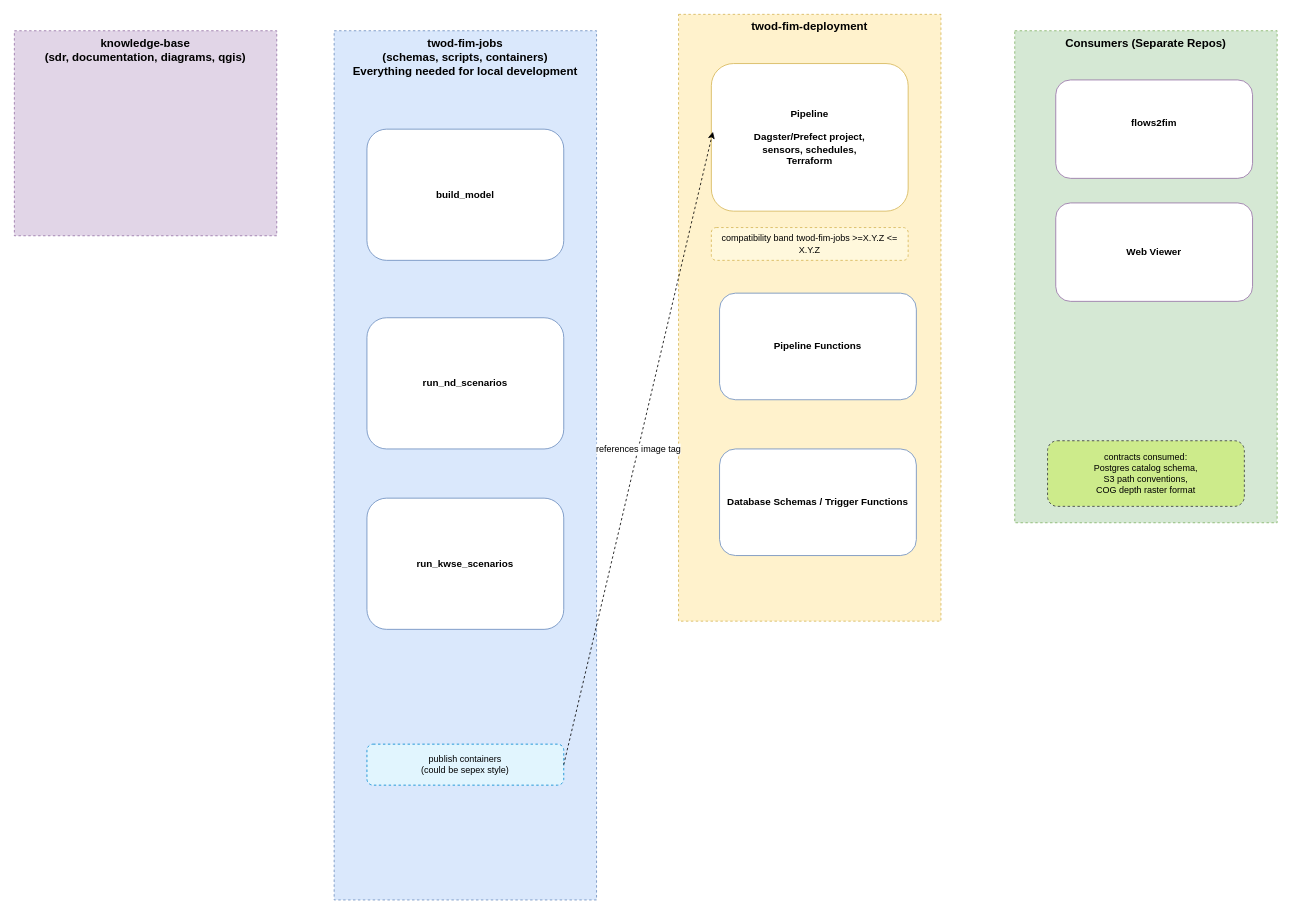
NOAA-OWP/twod-fim-knowledge-base keeps this draw.io diagram as page "repos-and-ownership" (2 of 3) of system-design/diagrams.drawio. Above is the earlier version. Source tidied: cells renumbered, new cells numbered last; positions are measured from the earlier drawing's top-left corner, leaving out a move shared by most shapes. Both pictures are drawn from the tidied source at 82%, with x=0, y=0 at pixel (14, 14).
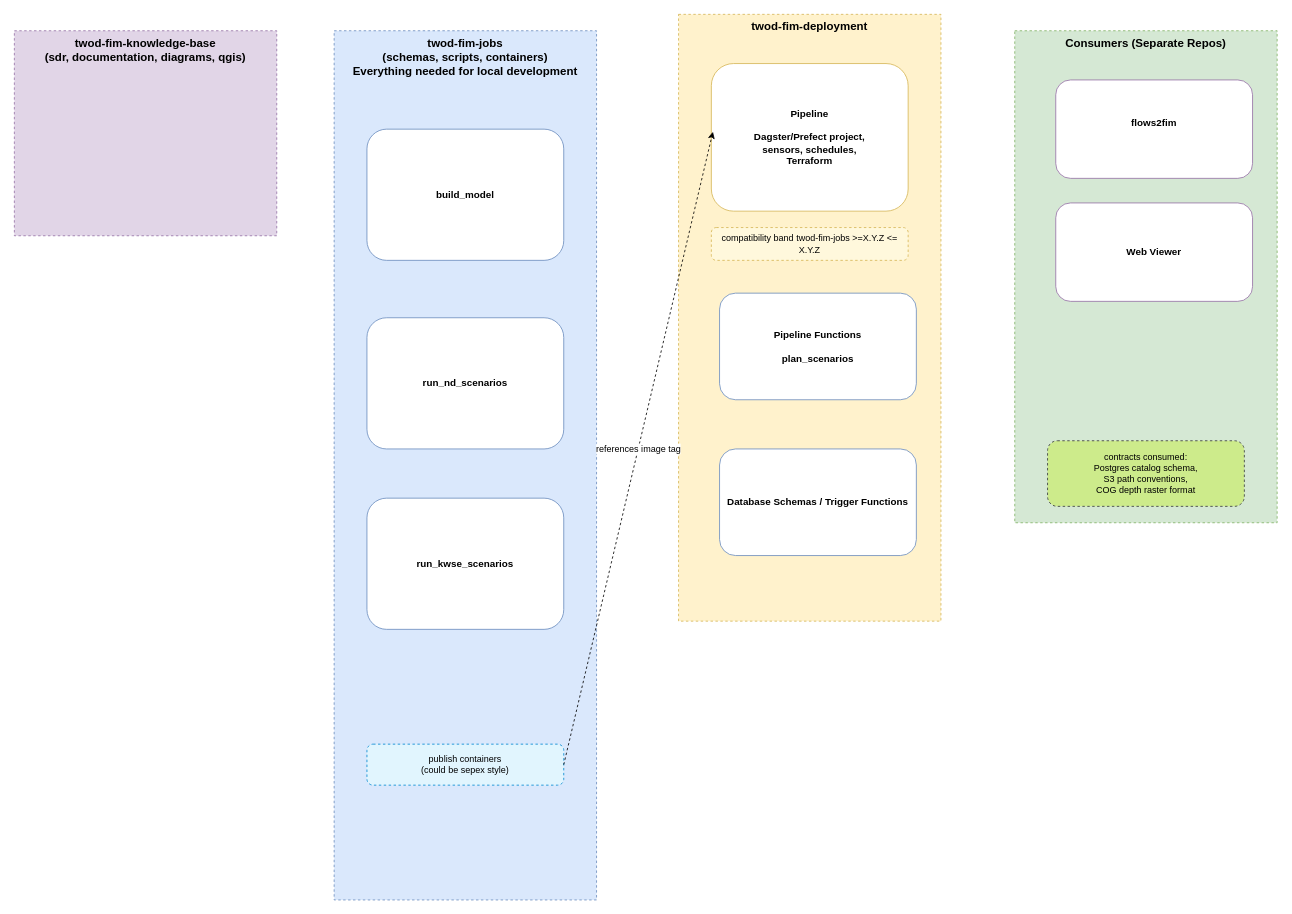
After the change.

What changed in the source:
```diff
@@
 <mxGraphModel>
   <root>
     <mxCell id="0" />
     <mxCell id="1" parent="0" />
     <mxCell id="2" value="twod-fim-jobs&lt;br&gt;(schemas, scripts, containers)&lt;br&gt;Everything needed for local development" style="rounded=0;whiteSpace=wrap;html=1;fillColor=#dae8fc;strokeColor=#6c8ebf;dashed=1;verticalAlign=top;fontStyle=1;fontSize=14;" parent="1" vertex="1">
       <mxGeometry x="390" y="20" width="320" height="1060" as="geometry" />
     </mxCell>
     <mxCell id="3" value="&lt;div&gt;build_model&lt;/div&gt;" style="rounded=1;whiteSpace=wrap;html=1;fillColor=#ffffff;strokeColor=#6c8ebf;fontSize=12;fontStyle=1;align=center;" parent="1" vertex="1">
       <mxGeometry x="430" y="140" width="240" height="160" as="geometry" />
     </mxCell>
     <mxCell id="4" value="publish containers&lt;div&gt;(could be sepex style)&lt;/div&gt;" style="rounded=1;whiteSpace=wrap;html=1;fillColor=#e1f5fe;strokeColor=#0288d1;fontSize=11;dashed=1;" parent="1" vertex="1">
       <mxGeometry x="430" y="890" width="240" height="50" as="geometry" />
     </mxCell>
     <mxCell id="5" value="twod-fim-deployment" style="rounded=0;whiteSpace=wrap;html=1;fillColor=#fff2cc;strokeColor=#d6b656;dashed=1;verticalAlign=top;fontStyle=1;fontSize=14;" parent="1" vertex="1">
       <mxGeometry x="810" width="320" height="740" as="geometry" />
     </mxCell>
     <mxCell id="6" value="Pipeline&lt;br&gt;&lt;br&gt;Dagster/Prefect project,&lt;br&gt;sensors, schedules,&lt;br&gt;Terraform" style="rounded=1;whiteSpace=wrap;html=1;fillColor=#ffffff;strokeColor=#d6b656;fontSize=12;fontStyle=1;" parent="1" vertex="1">
       <mxGeometry x="850" y="60" width="240" height="180" as="geometry" />
     </mxCell>
     <mxCell id="7" value="compatibility band twod-fim-jobs &amp;gt;=X.Y.Z &amp;lt;= X.Y.Z" style="rounded=1;whiteSpace=wrap;html=1;fillColor=#fff8dc;strokeColor=#d6b656;fontSize=11;dashed=1;" parent="1" vertex="1">
       <mxGeometry x="850" y="260" width="240" height="40" as="geometry" />
     </mxCell>
     <mxCell id="8" value="Consumers (Separate Repos)" style="rounded=0;whiteSpace=wrap;html=1;fillColor=#d5e8d4;strokeColor=#82b366;dashed=1;verticalAlign=top;fontStyle=1;fontSize=14;" parent="1" vertex="1">
       <mxGeometry x="1220" y="20" width="320" height="600" as="geometry" />
     </mxCell>
     <mxCell id="9" value="flows2fim&lt;br&gt;&lt;div&gt;&lt;br/&gt;&lt;/div&gt;" style="rounded=1;whiteSpace=wrap;html=1;fillColor=#ffffff;strokeColor=#9673a6;fontSize=12;fontStyle=1;" parent="1" vertex="1">
       <mxGeometry x="1270" y="80" width="240" height="120" as="geometry" />
     </mxCell>
     <mxCell id="10" value="contracts consumed:&#10;Postgres catalog schema,&#10;S3 path conventions,&#10;COG depth raster format" style="rounded=1;whiteSpace=wrap;html=1;fillColor=#cdeb8b;strokeColor=#36393d;fontSize=11;dashed=1;" parent="1" vertex="1">
       <mxGeometry x="1260" y="520" width="240" height="80" as="geometry" />
     </mxCell>
     <mxCell id="11" value="references image tag" style="endArrow=classic;html=1;fontSize=11;dashed=1;exitX=1;exitY=0.5;exitDx=0;exitDy=0;entryX=0.008;entryY=0.462;entryDx=0;entryDy=0;entryPerimeter=0;" parent="1" edge="1" source="4" target="6">
       <mxGeometry relative="1" as="geometry" />
     </mxCell>
-    <mxCell id="12" value="Pipeline Functions" style="rounded=1;whiteSpace=wrap;html=1;fillColor=#ffffff;strokeColor=#6c8ebf;fontSize=12;fontStyle=1;align=center;" parent="1" vertex="1">
+    <mxCell id="12" value="Pipeline Functions&lt;br&gt;&lt;br&gt;plan_scenarios" style="rounded=1;whiteSpace=wrap;html=1;fillColor=#ffffff;strokeColor=#6c8ebf;fontSize=12;fontStyle=1;align=center;" parent="1" vertex="1">
       <mxGeometry x="860" y="340" width="240" height="130" as="geometry" />
     </mxCell>
     <mxCell id="13" value="run_nd_scenarios" style="rounded=1;whiteSpace=wrap;html=1;fillColor=#ffffff;strokeColor=#6c8ebf;fontSize=12;fontStyle=1;align=center;" parent="1" vertex="1">
       <mxGeometry x="430" y="370" width="240" height="160" as="geometry" />
     </mxCell>
     <mxCell id="14" value="run_kwse_scenarios" style="rounded=1;whiteSpace=wrap;html=1;fillColor=#ffffff;strokeColor=#6c8ebf;fontSize=12;fontStyle=1;align=center;" parent="1" vertex="1">
       <mxGeometry x="430" y="590" width="240" height="160" as="geometry" />
     </mxCell>
     <mxCell id="15" value="&lt;div&gt;Web Viewer&lt;/div&gt;" style="rounded=1;whiteSpace=wrap;html=1;fillColor=#ffffff;strokeColor=#9673a6;fontSize=12;fontStyle=1;" parent="1" vertex="1">
       <mxGeometry x="1270" y="230" width="240" height="120" as="geometry" />
     </mxCell>
-    <mxCell id="16" value="knowledge-base&lt;br&gt;(sdr, documentation, diagrams, qgis)&lt;div&gt;&lt;br/&gt;&lt;/div&gt;" style="rounded=0;whiteSpace=wrap;html=1;fillColor=#e1d5e7;strokeColor=#9673a6;dashed=1;verticalAlign=top;fontStyle=1;fontSize=14;" parent="1" vertex="1">
+    <mxCell id="16" value="twod-fim-knowledge-base&lt;br&gt;(sdr, documentation, diagrams, qgis)&lt;div&gt;&lt;br&gt;&lt;/div&gt;" style="rounded=0;whiteSpace=wrap;html=1;fillColor=#e1d5e7;strokeColor=#9673a6;dashed=1;verticalAlign=top;fontStyle=1;fontSize=14;" parent="1" vertex="1">
       <mxGeometry y="20" width="320" height="250" as="geometry" />
     </mxCell>
     <mxCell id="17" value="Database Schemas / Trigger Functions" style="rounded=1;whiteSpace=wrap;html=1;fillColor=#ffffff;strokeColor=#6c8ebf;fontSize=12;fontStyle=1;align=center;" parent="1" vertex="1">
       <mxGeometry x="860" y="530" width="240" height="130" as="geometry" />
     </mxCell>
   </root>
 </mxGraphModel>
```
